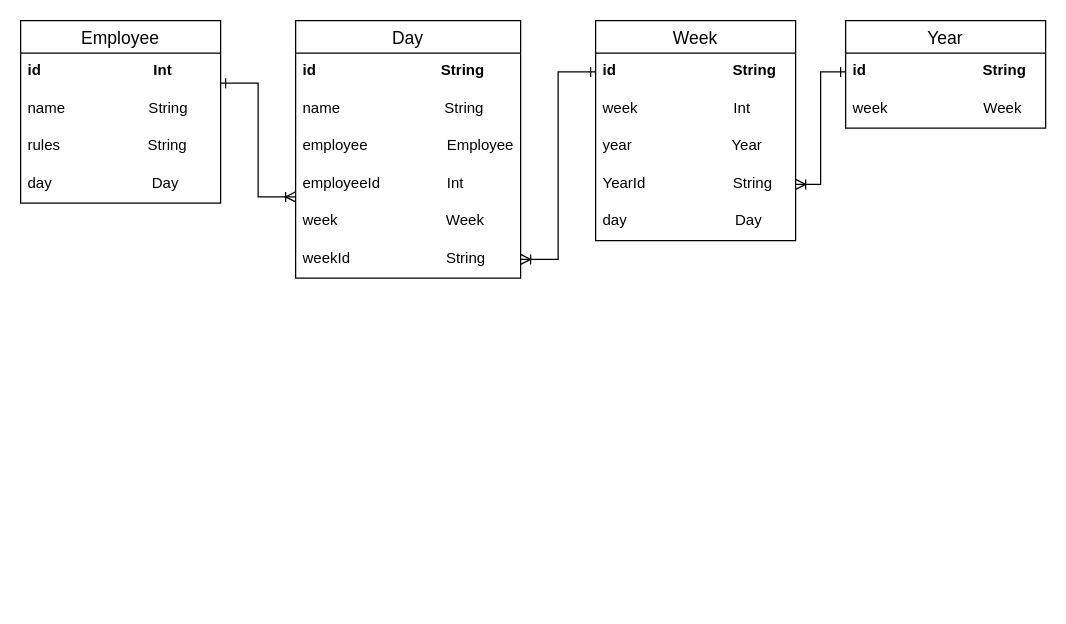
This is oppgave_3/documentation/datamodel.drawio from omrosand/webapp-eksamen, a draw.io file, before an edit. Source tidied: cells renumbered, new cells numbered last; positions are measured from the earlier drawing's top-left corner, leaving out a move shared by most shapes. Both pictures are drawn from the tidied source at 125%, with x=0, y=0 at pixel (20, 20).
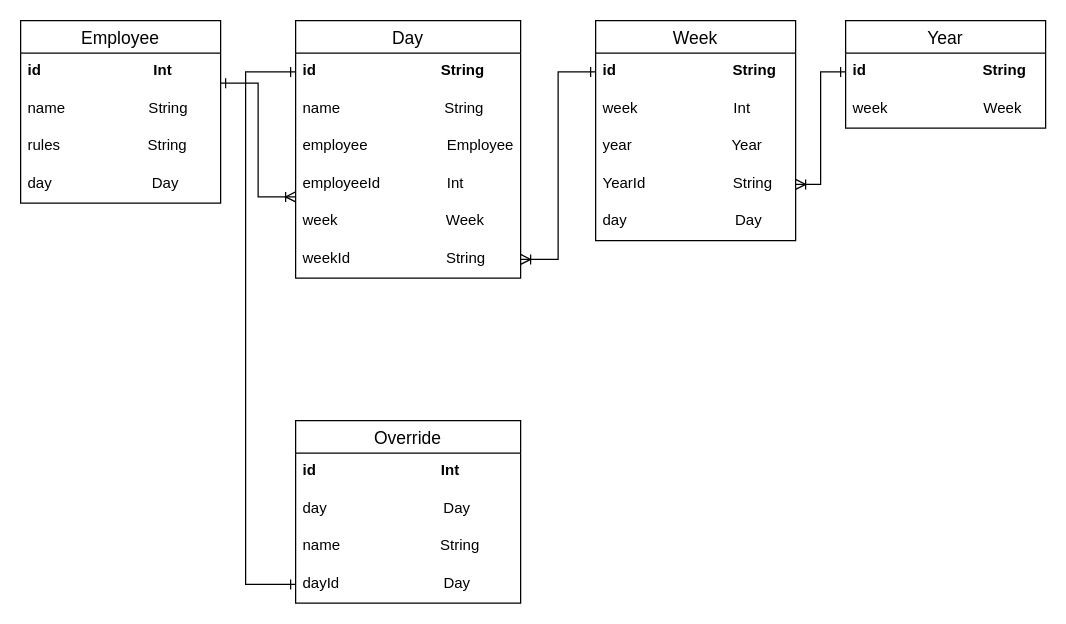
After the change.

The change refers to these unchanged cells:
```xml
<mxCell id="12" value="id                              String" style="text;strokeColor=none;fillColor=none;spacingLeft=4;spacingRight=4;overflow=hidden;points=[[0,0.5],[1,0.5]];portConstraint=eastwest;fontSize=12;fontStyle=1;" parent="11" vertex="1">
  <mxGeometry y="26" width="180" height="30" as="geometry" />
</mxCell>
```

The edit, as a diff of the source:
```diff
@@
+    <mxCell id="26" value="Override" style="swimlane;fontStyle=0;horizontal=1;startSize=26;align=center;fontSize=14;" parent="1" vertex="1">
+      <mxGeometry x="220" y="320" width="180" height="146" as="geometry" />
+    </mxCell>
+    <mxCell id="27" value="id                              Int" style="text;strokeColor=none;fillColor=none;spacingLeft=4;spacingRight=4;overflow=hidden;fontSize=12;fontStyle=1;" parent="26" vertex="1">
+      <mxGeometry y="26" width="180" height="30" as="geometry" />
+    </mxCell>
+    <mxCell id="28" value="day                            Day" style="text;strokeColor=none;fillColor=none;spacingLeft=4;spacingRight=4;overflow=hidden;fontSize=12;" parent="26" vertex="1">
+      <mxGeometry y="56" width="180" height="30" as="geometry" />
+    </mxCell>
+    <mxCell id="29" value="name                        String" style="text;strokeColor=none;fillColor=none;spacingLeft=4;spacingRight=4;overflow=hidden;fontSize=12;" parent="26" vertex="1">
+      <mxGeometry y="86" width="180" height="30" as="geometry" />
+    </mxCell>
+    <mxCell id="30" value="dayId                         Day" style="text;strokeColor=none;fillColor=none;spacingLeft=4;spacingRight=4;overflow=hidden;points=[[0,0.5],[1,0.5]];portConstraint=eastwest;fontSize=12;" parent="26" vertex="1">
+      <mxGeometry y="116" width="180" height="30" as="geometry" />
+    </mxCell>
+    <mxCell id="31" style="fontSize=12;html=1;endArrow=ERone;rounded=0;startArrow=ERone;startFill=0;edgeStyle=elbowEdgeStyle;elbow=vertical;exitX=0;exitY=0.5;exitDx=0;exitDy=0;entryX=0;entryY=0.5;entryDx=0;entryDy=0;endFill=0;" parent="1" edge="1" source="12" target="30">
+      <mxGeometry relative="1" as="geometry">
+        <Array as="points">
+          <mxPoint x="180" y="210" />
+        </Array>
+      </mxGeometry>
+    </mxCell>
```
